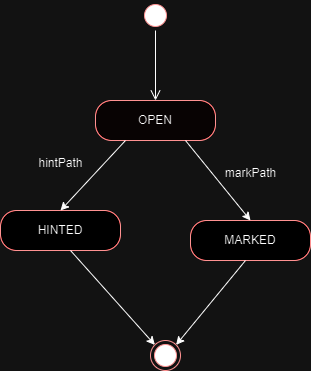
lucius870/Numberlink keeps this draw.io diagram as diagrams/stavovyDiagram.png. Above is the earlier version. Source tidied: cells renumbered, new cells last; positions are measured from the earlier drawing's top-left corner, leaving out a move shared by most shapes. The source it was exported from:
```xml
<mxGraphModel>
  <root>
    <mxCell id="0" />
    <mxCell id="1" parent="0" />
    <mxCell id="2" style="ellipse;html=1;shape=startState;fillColor=#000000;strokeColor=#ff0000;" parent="1" vertex="1">
      <mxGeometry x="140" width="30" height="30" as="geometry" />
    </mxCell>
    <mxCell id="3" style="edgeStyle=orthogonalEdgeStyle;html=1;verticalAlign=bottom;endArrow=open;endSize=8;strokeColor=#000000;rounded=0;entryX=0.5;entryY=0;entryDx=0;entryDy=0;fillColor=#000000;" parent="1" edge="1" source="2" target="4">
      <mxGeometry relative="1" as="geometry" />
    </mxCell>
    <mxCell id="4" value="OPEN" style="rounded=1;whiteSpace=wrap;html=1;arcSize=40;fontColor=#000000;fillColor=#FFFAFA;strokeColor=#ff0000;" parent="1" vertex="1">
      <mxGeometry x="95" y="100" width="120" height="40" as="geometry" />
    </mxCell>
    <mxCell id="5" value="HINTED" style="rounded=1;whiteSpace=wrap;html=1;arcSize=40;fontColor=#000000;fillColor=#FFFFFF;strokeColor=#ff0000;" parent="1" vertex="1">
      <mxGeometry y="210" width="120" height="40" as="geometry" />
    </mxCell>
    <mxCell id="6" style="endArrow=classic;html=1;rounded=0;exitX=0.25;exitY=1;exitDx=0;exitDy=0;entryX=0.5;entryY=0;entryDx=0;entryDy=0;" parent="1" edge="1" source="4" target="5">
      <mxGeometry relative="1" as="geometry" />
    </mxCell>
    <mxCell id="7" value="MARKED" style="rounded=1;whiteSpace=wrap;html=1;arcSize=40;fontColor=#000000;fillColor=#FFFFFF;strokeColor=#ff0000;" parent="1" vertex="1">
      <mxGeometry x="190" y="220" width="120" height="40" as="geometry" />
    </mxCell>
    <mxCell id="8" style="endArrow=classic;html=1;rounded=0;exitX=0.75;exitY=1;exitDx=0;exitDy=0;entryX=0.5;entryY=0;entryDx=0;entryDy=0;" parent="1" edge="1" source="4" target="7">
      <mxGeometry relative="1" as="geometry" />
    </mxCell>
    <mxCell id="9" style="endArrow=classic;html=1;rounded=0;exitX=0.25;exitY=1;exitDx=0;exitDy=0;entryX=1;entryY=0;entryDx=0;entryDy=0;" parent="1" edge="1" target="11">
      <mxGeometry relative="1" as="geometry">
        <mxPoint x="245" y="260" as="sourcePoint" />
      </mxGeometry>
    </mxCell>
    <mxCell id="10" style="endArrow=classic;html=1;rounded=0;exitX=0.75;exitY=1;exitDx=0;exitDy=0;entryX=0;entryY=0;entryDx=0;entryDy=0;" parent="1" edge="1" target="11">
      <mxGeometry relative="1" as="geometry">
        <mxPoint x="70" y="250" as="sourcePoint" />
      </mxGeometry>
    </mxCell>
    <mxCell id="11" style="ellipse;html=1;shape=endState;fillColor=#000000;strokeColor=#ff0000;" parent="1" vertex="1">
      <mxGeometry x="150" y="340" width="30" height="30" as="geometry" />
    </mxCell>
    <mxCell id="12" value="markPath" style="text;html=1;align=center;verticalAlign=middle;strokeColor=none;fillColor=none;" parent="1" vertex="1">
      <mxGeometry x="215" y="158" width="70" height="30" as="geometry" />
    </mxCell>
    <mxCell id="13" value="hintPath" style="text;html=1;align=center;verticalAlign=middle;strokeColor=none;fillColor=none;" parent="1" vertex="1">
      <mxGeometry x="25" y="148" width="70" height="30" as="geometry" />
    </mxCell>
  </root>
</mxGraphModel>
```
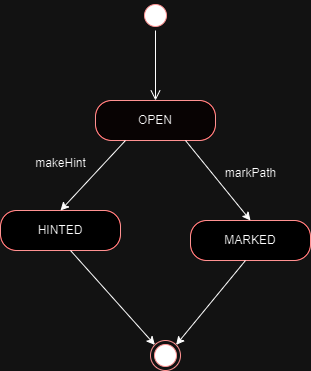
After the commit.

What changed in the source:
```diff
@@ -39,7 +39,7 @@
     <mxCell id="12" value="markPath" style="text;html=1;align=center;verticalAlign=middle;strokeColor=none;fillColor=none;" parent="1" vertex="1">
       <mxGeometry x="215" y="158" width="70" height="30" as="geometry" />
     </mxCell>
-    <mxCell id="13" value="hintPath" style="text;html=1;align=center;verticalAlign=middle;strokeColor=none;fillColor=none;" parent="1" vertex="1">
+    <mxCell id="13" value="makeHint" style="text;html=1;align=center;verticalAlign=middle;strokeColor=none;fillColor=none;" parent="1" vertex="1">
       <mxGeometry x="25" y="148" width="70" height="30" as="geometry" />
     </mxCell>
   </root>
```
